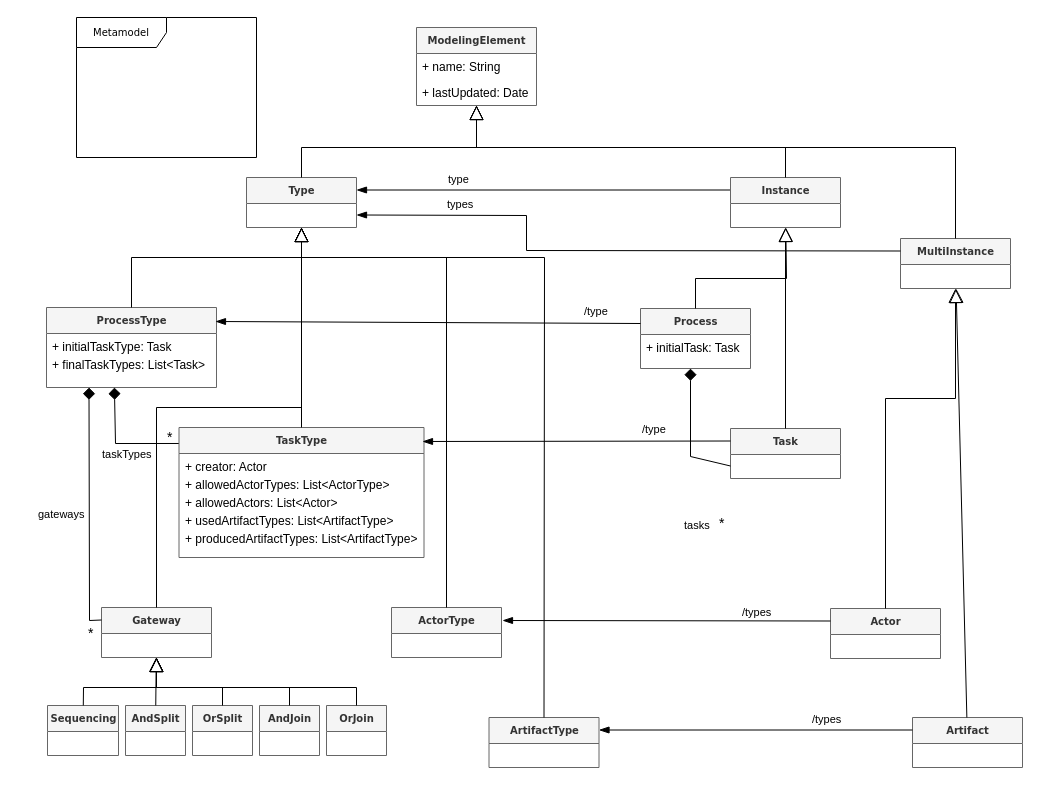
Above: Figures/Metamodel.drawio in labsticc-p4s/multi-process-challenge (draw.io), before the change. Source tidied: cells renumbered, new cells numbered last; positions are measured from the earlier drawing's top-left corner, leaving out a move shared by most shapes. Both pictures are drawn from the tidied source at 100%, with x=0, y=0 at pixel (32, 17).
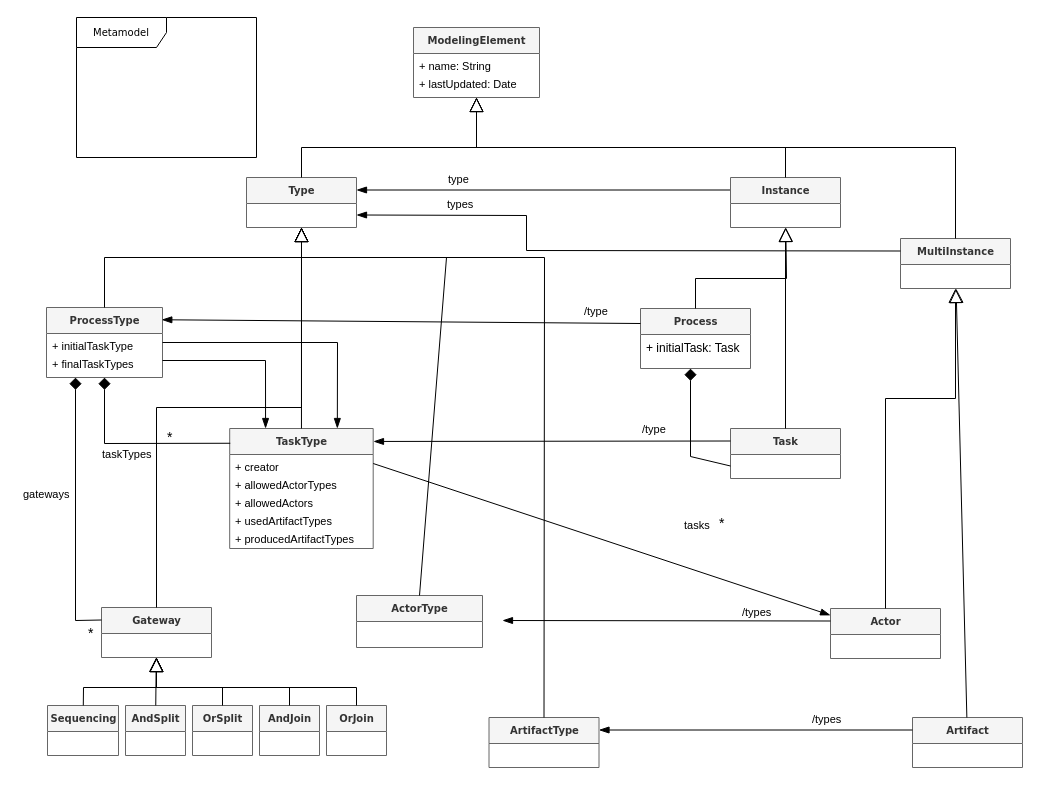
Above is the later version.

The change refers to these unchanged cells:
```xml
<mxCell id="7" value="&lt;b&gt;Type&lt;/b&gt;" style="swimlane;html=1;fontStyle=0;horizontal=1;startSize=26;fillColor=#f5f5f5;swimlaneFillColor=#ffffff;rounded=0;shadow=0;comic=0;labelBackgroundColor=none;strokeWidth=1;fontFamily=Verdana;fontSize=10;align=center;strokeColor=#666666;fontColor=#333333;" parent="1" vertex="1">
  <mxGeometry x="214" y="160" width="110" height="50" as="geometry" />
</mxCell>
<mxCell id="29" value="&lt;b&gt;Gateway&lt;/b&gt;" style="swimlane;html=1;fontStyle=0;horizontal=1;startSize=26;fillColor=#f5f5f5;swimlaneFillColor=#ffffff;rounded=0;shadow=0;comic=0;labelBackgroundColor=none;strokeWidth=1;fontFamily=Verdana;fontSize=10;align=center;strokeColor=#666666;fontColor=#333333;" parent="1" vertex="1">
  <mxGeometry x="69" y="590" width="110" height="50" as="geometry" />
</mxCell>
<mxCell id="43" value="&lt;b&gt;Task&lt;/b&gt;" style="swimlane;html=1;fontStyle=0;horizontal=1;startSize=26;fillColor=#f5f5f5;swimlaneFillColor=#ffffff;rounded=0;shadow=0;comic=0;labelBackgroundColor=none;strokeWidth=1;fontFamily=Verdana;fontSize=10;align=center;strokeColor=#666666;fontColor=#333333;" parent="1" vertex="1">
  <mxGeometry x="698" y="411" width="110" height="50" as="geometry" />
</mxCell>
<mxCell id="49" value="&lt;b&gt;Actor&lt;/b&gt;" style="swimlane;html=1;fontStyle=0;horizontal=1;startSize=26;fillColor=#f5f5f5;swimlaneFillColor=#ffffff;rounded=0;shadow=0;comic=0;labelBackgroundColor=none;strokeWidth=1;fontFamily=Verdana;fontSize=10;align=center;strokeColor=#666666;fontColor=#333333;" parent="1" vertex="1">
  <mxGeometry x="798" y="591" width="110" height="50" as="geometry" />
</mxCell>
```

Diff of the diagram source:
```diff
@@
     <mxCell id="4" value="&lt;b&gt;ModelingElement&lt;/b&gt;" style="swimlane;html=1;fontStyle=0;horizontal=1;startSize=26;fillColor=#f5f5f5;swimlaneFillColor=#ffffff;rounded=0;shadow=0;comic=0;labelBackgroundColor=none;strokeWidth=1;fontFamily=Verdana;fontSize=10;align=center;strokeColor=#666666;fontColor=#333333;" parent="1" vertex="1">
-      <mxGeometry x="384" y="10" width="120" height="78" as="geometry" />
+      <mxGeometry x="381" y="10" width="126" height="70" as="geometry" />
     </mxCell>
-    <mxCell id="5" value="+ name: String" style="text;html=1;strokeColor=none;fillColor=none;align=left;verticalAlign=top;spacingLeft=4;spacingRight=4;whiteSpace=wrap;overflow=hidden;" parent="4" vertex="1">
-      <mxGeometry y="26" width="120" height="26" as="geometry" />
+    <mxCell id="5" value="+ name: String" style="text;html=1;strokeColor=none;fillColor=none;align=left;verticalAlign=top;spacingLeft=4;spacingRight=4;whiteSpace=wrap;overflow=hidden;fontSize=11;" parent="4" vertex="1">
+      <mxGeometry y="26" width="126" height="18" as="geometry" />
     </mxCell>
-    <mxCell id="6" value="+ lastUpdated: Date" style="text;html=1;strokeColor=none;fillColor=none;align=left;verticalAlign=top;spacingLeft=4;spacingRight=4;whiteSpace=wrap;overflow=hidden;" parent="4" vertex="1">
-      <mxGeometry y="52" width="120" height="26" as="geometry" />
+    <mxCell id="6" value="+ lastUpdated: Date" style="text;html=1;strokeColor=none;fillColor=none;align=left;verticalAlign=top;spacingLeft=4;spacingRight=4;whiteSpace=wrap;overflow=hidden;fontSize=11;" parent="4" vertex="1">
+      <mxGeometry y="44" width="126" height="18" as="geometry" />
     </mxCell>
@@
     <mxCell id="17" value="&lt;b&gt;ProcessType&lt;/b&gt;" style="swimlane;html=1;fontStyle=0;horizontal=1;startSize=26;fillColor=#f5f5f5;swimlaneFillColor=#ffffff;rounded=0;shadow=0;comic=0;labelBackgroundColor=none;strokeWidth=1;fontFamily=Verdana;fontSize=10;align=center;strokeColor=#666666;fontColor=#333333;" parent="1" vertex="1">
-      <mxGeometry x="14" y="290" width="170" height="80" as="geometry" />
+      <mxGeometry x="14" y="290" width="116" height="70" as="geometry" />
     </mxCell>
-    <mxCell id="18" value="+ initialTaskType: Task" style="text;html=1;strokeColor=none;fillColor=none;align=left;verticalAlign=top;spacingLeft=4;spacingRight=4;whiteSpace=wrap;overflow=hidden;points=[[0,0.5],[1,0.5]];portConstraint=eastwest;" parent="17" vertex="1">
-      <mxGeometry y="26" width="170" height="18" as="geometry" />
+    <mxCell id="18" value="+ initialTaskType" style="text;html=1;strokeColor=none;fillColor=none;align=left;verticalAlign=top;spacingLeft=4;spacingRight=4;whiteSpace=wrap;overflow=hidden;points=[[0,0.5],[1,0.5]];portConstraint=eastwest;fontSize=11;" parent="17" vertex="1">
+      <mxGeometry y="26" width="116" height="18" as="geometry" />
     </mxCell>
-    <mxCell id="19" value="&lt;div&gt;+ finalTaskTypes: List&amp;lt;Task&amp;gt;&lt;/div&gt;" style="text;html=1;strokeColor=none;fillColor=none;align=left;verticalAlign=top;spacingLeft=4;spacingRight=4;whiteSpace=wrap;overflow=hidden;points=[[0,0.5],[1,0.5]];portConstraint=eastwest;" parent="17" vertex="1">
-      <mxGeometry y="44" width="170" height="18" as="geometry" />
+    <mxCell id="19" value="&lt;div style=&quot;font-size: 11px&quot;&gt;+ finalTaskTypes&lt;/div&gt;" style="text;html=1;strokeColor=none;fillColor=none;align=left;verticalAlign=top;spacingLeft=4;spacingRight=4;whiteSpace=wrap;overflow=hidden;points=[[0,0.5],[1,0.5]];portConstraint=eastwest;fontSize=11;" parent="17" vertex="1">
+      <mxGeometry y="44" width="116" height="18" as="geometry" />
     </mxCell>
-    <mxCell id="20" style="edgeStyle=none;rounded=0;jettySize=auto;html=1;endArrow=none;endFill=0;endSize=10;startArrow=diamond;startFill=1;startSize=10;entryX=0.004;entryY=0.123;entryDx=0;entryDy=0;exitX=0.402;exitY=0.981;exitDx=0;exitDy=0;exitPerimeter=0;entryPerimeter=0;" parent="17" edge="1" target="22">
-      <mxGeometry relative="1" as="geometry">
-        <mxPoint x="67.9" y="80" as="sourcePoint" />
-        <Array as="points">
-          <mxPoint x="69" y="136" />
-        </Array>
-      </mxGeometry>
-    </mxCell>
     <mxCell id="21" style="endArrow=block;endSize=12;endFill=0;html=1;rounded=0;exitX=0.5;exitY=0;exitDx=0;exitDy=0;" parent="1" edge="1" source="17" target="7">
       <mxGeometry relative="1" as="geometry">
         <Array as="points">
-          <mxPoint x="99" y="240" />
+          <mxPoint x="72" y="240" />
           <mxPoint x="269" y="240" />
         </Array>
       </mxGeometry>
     </mxCell>
     <mxCell id="22" value="&lt;b&gt;TaskType&lt;/b&gt;" style="swimlane;html=1;fontStyle=0;horizontal=1;startSize=26;fillColor=#f5f5f5;swimlaneFillColor=#ffffff;rounded=0;shadow=0;comic=0;labelBackgroundColor=none;strokeWidth=1;fontFamily=Verdana;fontSize=10;align=center;strokeColor=#666666;fontColor=#333333;" parent="1" vertex="1">
-      <mxGeometry x="146.5" y="410" width="245" height="130" as="geometry" />
+      <mxGeometry x="197.2" y="411" width="143.5" height="120" as="geometry" />
     </mxCell>
-    <mxCell id="23" value="+ creator: Actor" style="text;html=1;strokeColor=none;fillColor=none;align=left;verticalAlign=top;spacingLeft=4;spacingRight=4;whiteSpace=wrap;overflow=hidden;points=[[0,0.5],[1,0.5]];portConstraint=eastwest;" parent="22" vertex="1">
-      <mxGeometry y="26" width="245" height="18" as="geometry" />
+    <mxCell id="23" value="+ creator" style="text;html=1;strokeColor=none;fillColor=none;align=left;verticalAlign=top;spacingLeft=4;spacingRight=4;whiteSpace=wrap;overflow=hidden;points=[[0,0.5],[1,0.5]];portConstraint=eastwest;fontSize=11;" parent="22" vertex="1">
+      <mxGeometry y="26" width="143.5" height="18" as="geometry" />
     </mxCell>
-    <mxCell id="24" value="+ allowedActorTypes: List&amp;lt;ActorType&amp;gt;" style="text;html=1;strokeColor=none;fillColor=none;align=left;verticalAlign=top;spacingLeft=4;spacingRight=4;whiteSpace=wrap;overflow=hidden;" parent="22" vertex="1">
-      <mxGeometry y="44" width="245" height="18" as="geometry" />
+    <mxCell id="24" value="+ allowedActorTypes" style="text;html=1;strokeColor=none;fillColor=none;align=left;verticalAlign=top;spacingLeft=4;spacingRight=4;whiteSpace=wrap;overflow=hidden;fontSize=11;" parent="22" vertex="1">
+      <mxGeometry y="44" width="143.5" height="18" as="geometry" />
     </mxCell>
-    <mxCell id="25" value="+ allowedActors: List&amp;lt;Actor&amp;gt;" style="text;html=1;strokeColor=none;fillColor=none;align=left;verticalAlign=top;spacingLeft=4;spacingRight=4;whiteSpace=wrap;overflow=hidden;" parent="22" vertex="1">
-      <mxGeometry y="62" width="245" height="18" as="geometry" />
+    <mxCell id="25" value="+ allowedActors" style="text;html=1;strokeColor=none;fillColor=none;align=left;verticalAlign=top;spacingLeft=4;spacingRight=4;whiteSpace=wrap;overflow=hidden;fontSize=11;" parent="22" vertex="1">
+      <mxGeometry y="62" width="143.5" height="18" as="geometry" />
     </mxCell>
-    <mxCell id="26" value="+ usedArtifactTypes: List&amp;lt;ArtifactType&amp;gt;" style="text;html=1;strokeColor=none;fillColor=none;align=left;verticalAlign=top;spacingLeft=4;spacingRight=4;whiteSpace=wrap;overflow=hidden;" parent="22" vertex="1">
-      <mxGeometry y="80" width="245" height="18" as="geometry" />
+    <mxCell id="26" value="+ usedArtifactTypes" style="text;html=1;strokeColor=none;fillColor=none;align=left;verticalAlign=top;spacingLeft=4;spacingRight=4;whiteSpace=wrap;overflow=hidden;fontSize=11;" parent="22" vertex="1">
+      <mxGeometry y="80" width="143.5" height="18" as="geometry" />
     </mxCell>
-    <mxCell id="27" value="+ producedArtifactTypes: List&amp;lt;ArtifactType&amp;gt;" style="text;html=1;strokeColor=none;fillColor=none;align=left;verticalAlign=top;spacingLeft=4;spacingRight=4;whiteSpace=wrap;overflow=hidden;" parent="22" vertex="1">
-      <mxGeometry y="98" width="245" height="18" as="geometry" />
+    <mxCell id="27" value="+ producedArtifactTypes" style="text;html=1;strokeColor=none;fillColor=none;align=left;verticalAlign=top;spacingLeft=4;spacingRight=4;whiteSpace=wrap;overflow=hidden;fontSize=11;" parent="22" vertex="1">
+      <mxGeometry y="98" width="143.5" height="18" as="geometry" />
     </mxCell>
@@
     <mxCell id="31" style="edgeStyle=none;rounded=0;jettySize=auto;html=1;endArrow=none;endFill=0;endSize=10;startArrow=diamond;startFill=1;startSize=10;entryX=0;entryY=0.25;entryDx=0;entryDy=0;exitX=0.25;exitY=1;exitDx=0;exitDy=0;" parent="1" edge="1" source="17" target="29">
       <mxGeometry relative="1" as="geometry">
         <Array as="points">
-          <mxPoint x="57" y="603" />
+          <mxPoint x="43" y="603" />
         </Array>
       </mxGeometry>
     </mxCell>
     <mxCell id="32" value="&lt;b&gt;ActorType&lt;/b&gt;" style="swimlane;html=1;fontStyle=0;horizontal=1;startSize=26;fillColor=#f5f5f5;swimlaneFillColor=#ffffff;rounded=0;shadow=0;comic=0;labelBackgroundColor=none;strokeWidth=1;fontFamily=Verdana;fontSize=10;align=center;strokeColor=#666666;fontColor=#333333;" parent="1" vertex="1">
-      <mxGeometry x="359" y="590" width="110" height="50" as="geometry" />
+      <mxGeometry x="324" y="578" width="126" height="52" as="geometry" />
     </mxCell>
@@
     <mxCell id="36" value="gateways" style="edgeLabel;html=1;align=left;verticalAlign=bottom;" parent="1" vertex="1">
-      <mxGeometry y="520" as="geometry">
+      <mxGeometry x="-15" y="500" as="geometry">
         <mxPoint x="4" y="-15" as="offset" />
       </mxGeometry>
     </mxCell>
@@
-    <mxCell id="47" style="edgeStyle=none;rounded=0;jettySize=auto;html=1;exitX=0;exitY=0.25;exitDx=0;exitDy=0;endArrow=blockThin;endFill=1;endSize=8;" parent="1" edge="1" source="43">
-      <mxGeometry relative="1" as="geometry">
-        <mxPoint x="390" y="424" as="targetPoint" />
-      </mxGeometry>
+    <mxCell id="47" style="edgeStyle=none;rounded=0;jettySize=auto;html=1;exitX=0;exitY=0.25;exitDx=0;exitDy=0;endArrow=blockThin;endFill=1;endSize=8;entryX=1.002;entryY=0.108;entryDx=0;entryDy=0;entryPerimeter=0;" parent="1" edge="1" source="43" target="22">
+      <mxGeometry relative="1" as="geometry" />
     </mxCell>
@@
+    <mxCell id="69" style="edgeStyle=none;rounded=0;jettySize=auto;html=1;exitX=1;exitY=0.5;exitDx=0;exitDy=0;endArrow=blockThin;endFill=1;endSize=8;" parent="1" edge="1" source="23" target="49">
+      <mxGeometry relative="1" as="geometry" />
+    </mxCell>
+    <mxCell id="70" style="edgeStyle=none;rounded=0;jettySize=auto;html=1;exitX=1;exitY=0.5;exitDx=0;exitDy=0;endArrow=blockThin;endFill=1;endSize=8;entryX=0.75;entryY=0;entryDx=0;entryDy=0;" parent="1" edge="1" source="18" target="22">
+      <mxGeometry relative="1" as="geometry">
+        <Array as="points">
+          <mxPoint x="305" y="325" />
+        </Array>
+      </mxGeometry>
+    </mxCell>
+    <mxCell id="71" style="edgeStyle=none;rounded=0;jettySize=auto;html=1;exitX=1;exitY=0.5;exitDx=0;exitDy=0;endArrow=blockThin;endFill=1;endSize=8;entryX=0.25;entryY=0;entryDx=0;entryDy=0;" parent="1" edge="1" source="19" target="22">
+      <mxGeometry relative="1" as="geometry">
+        <Array as="points">
+          <mxPoint x="233" y="343" />
+        </Array>
+      </mxGeometry>
+    </mxCell>
+    <mxCell id="20" style="edgeStyle=none;rounded=0;jettySize=auto;html=1;endArrow=none;endFill=0;endSize=10;startArrow=diamond;startFill=1;startSize=10;entryX=0.004;entryY=0.123;entryDx=0;entryDy=0;entryPerimeter=0;exitX=0.5;exitY=1;exitDx=0;exitDy=0;" parent="1" edge="1" source="17" target="22">
+      <mxGeometry relative="1" as="geometry">
+        <Array as="points">
+          <mxPoint x="72" y="426" />
+        </Array>
+      </mxGeometry>
+    </mxCell>
```
